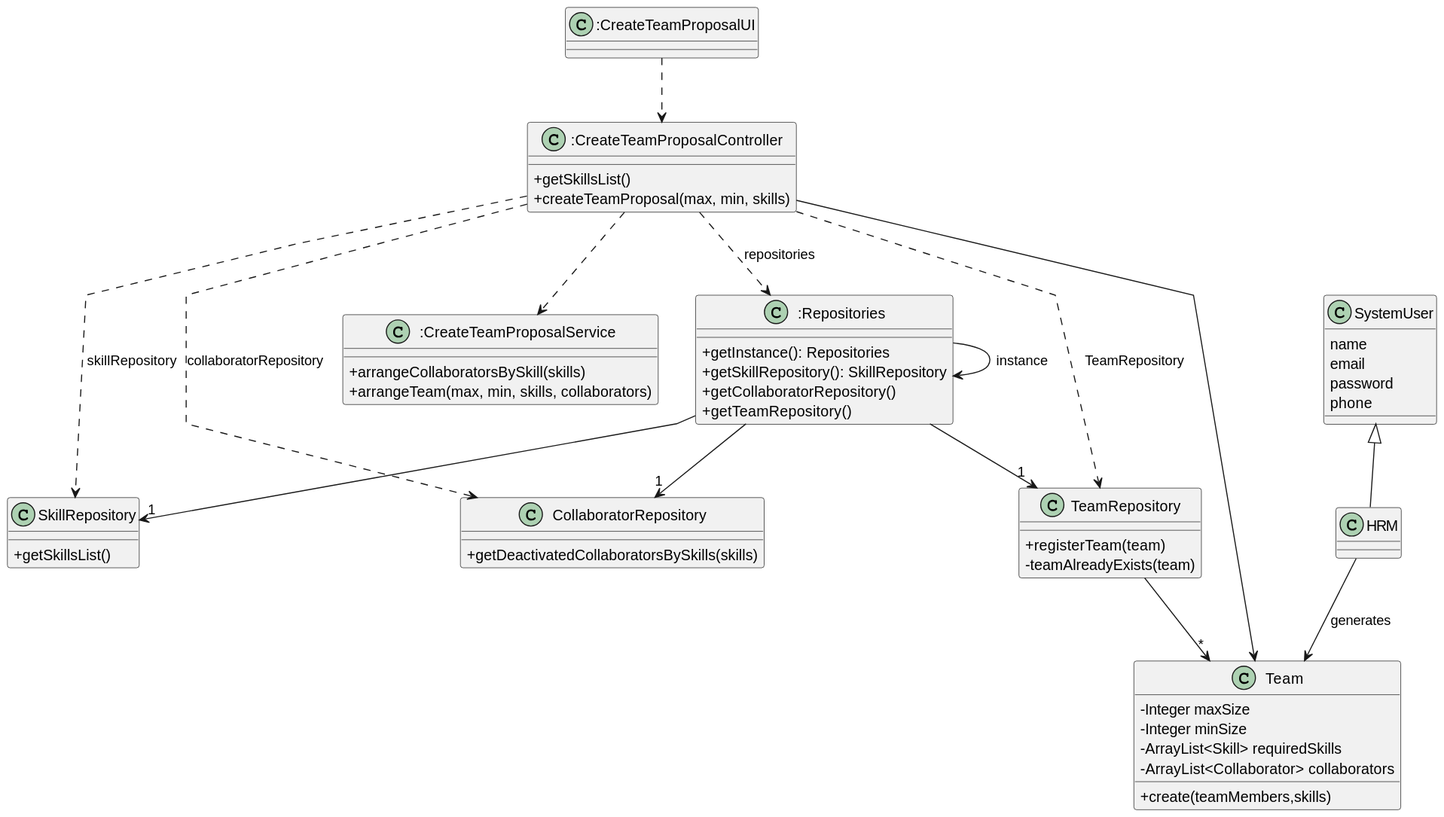
Departamento-de-Engenharia-Informatica/lei-24-s2-1do-g164 keeps this PlantUML diagram as docs/sprintC/us005/03.design/svg/us005-class-diagram.svg. Above is the earlier version.
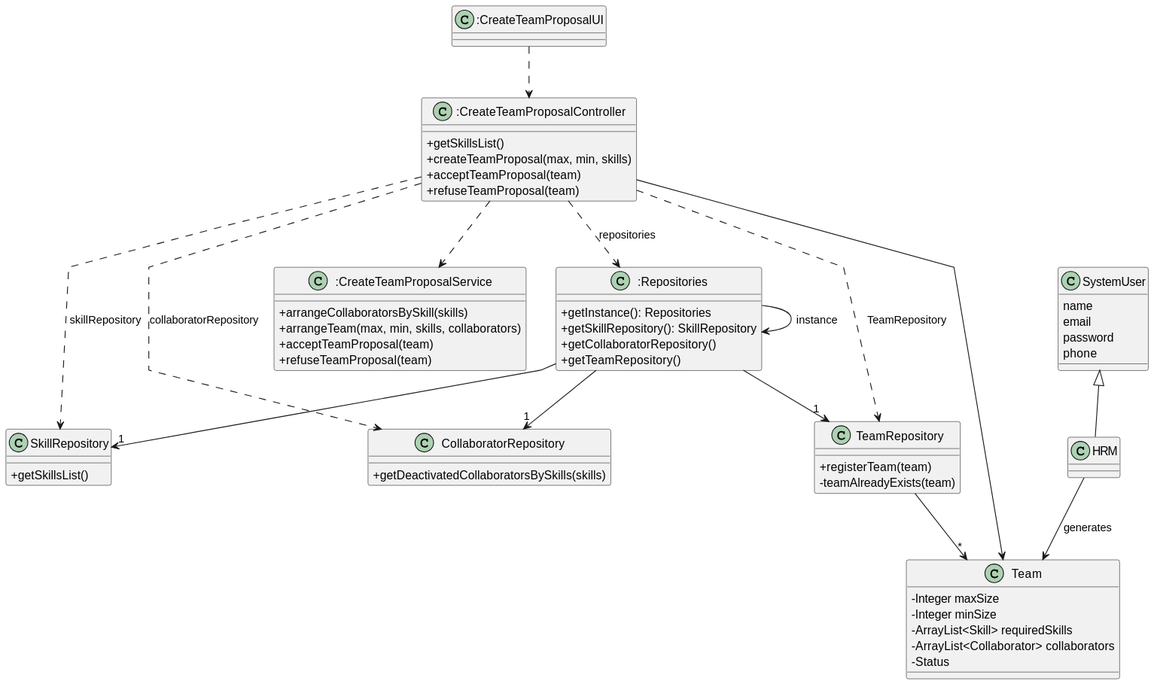
After the commit.

The edit, as a diff of the source:
```diff
@@ -15,12 +15,17 @@
 class ":CreateTeamProposalController" as CreateTeamProposalController {
 +getSkillsList()
     +createTeamProposal(max, min, skills)
+    +acceptTeamProposal(team)
+    +refuseTeamProposal(team)
 
 }
 
 class ":CreateTeamProposalService" as CreateTeamProposalService {
 +arrangeCollaboratorsBySkill(skills)
 + arrangeTeam(max, min, skills, collaborators)
+ +acceptTeamProposal(team)
++refuseTeamProposal(team)
+
 }
 
 class ":Repositories" as Repositories {
@@ -58,8 +63,8 @@
     -Integer minSize
     -ArrayList<Skill> requiredSkills
     -ArrayList<Collaborator> collaborators
+    -Status
 
-   +create(teamMembers,skills)
 
 }
 
```
